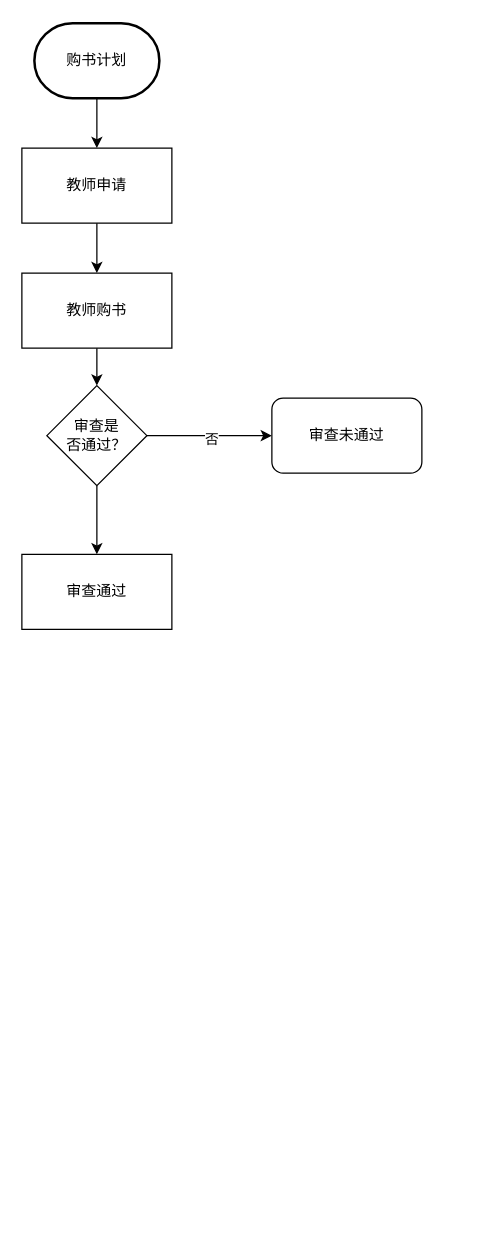
JP1222/HomeWorks keeps this draw.io diagram as 未命名绘图.drawio. Above is the earlier version. Source tidied: cells renumbered, new cells numbered last; positions are measured from the earlier drawing's top-left corner, leaving out a move shared by most shapes. Both pictures are drawn from the tidied source at 125%, with x=0, y=0 at pixel (21, 22).
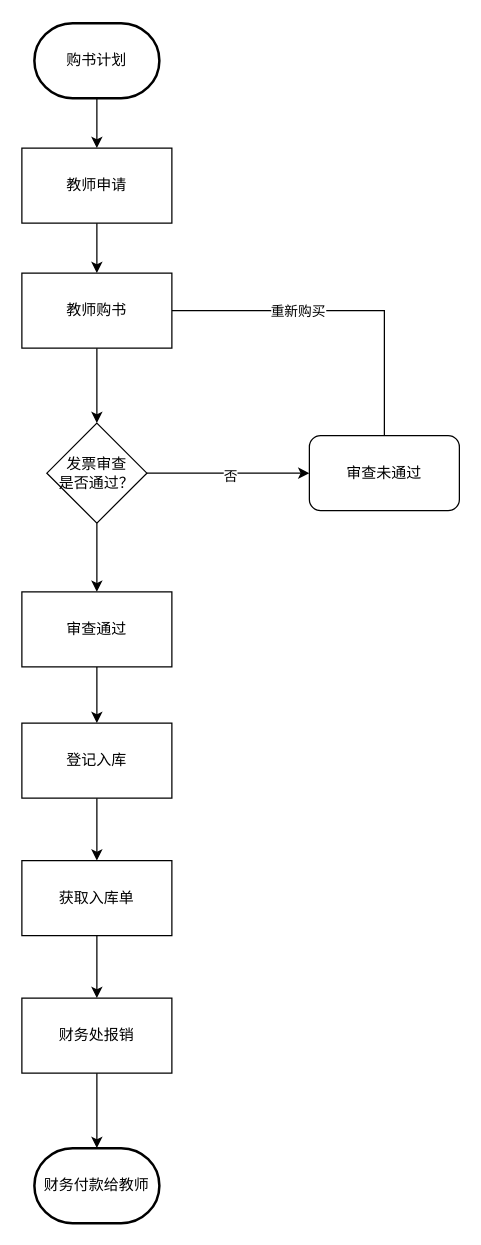
After the change.

Commit message:
更新未命名绘图.drawio

Unchanged cells that the change refers to:
```xml
<mxCell id="7" value="教师购书" style="rounded=0;whiteSpace=wrap;html=1;" parent="1" vertex="1">
  <mxGeometry y="200" width="120" height="60" as="geometry" />
</mxCell>
```

The edit, as a diff of the source:
```diff
@@
+    <mxCell id="14" style="edgeStyle=orthogonalEdgeStyle;rounded=0;jettySize=auto;html=1;endArrow=none;endFill=0;" parent="1" edge="1" source="7" target="12">
+      <mxGeometry relative="1" as="geometry" />
+    </mxCell>
+    <mxCell id="15" value="重新购买" style="edgeLabel;html=1;align=center;verticalAlign=middle;" parent="14" vertex="1">
+      <mxGeometry x="-0.11" y="-1" relative="1" as="geometry">
+        <mxPoint x="-20" y="-1" as="offset" />
+      </mxGeometry>
+    </mxCell>
@@
-    <mxCell id="11" value="&lt;div&gt;审查是&lt;/div&gt;&lt;div&gt;否通过？&lt;/div&gt;" style="rhombus;whiteSpace=wrap;html=1;" parent="1" vertex="1">
-      <mxGeometry x="20" y="290" width="80" height="80" as="geometry" />
+    <mxCell id="11" value="&lt;div&gt;发票审查&lt;/div&gt;&lt;div&gt;&lt;span style=&quot;background-color: initial;&quot;&gt;是&lt;/span&gt;&lt;span style=&quot;background-color: initial;&quot;&gt;否通过？&lt;/span&gt;&lt;/div&gt;" style="rhombus;whiteSpace=wrap;html=1;" parent="1" vertex="1">
+      <mxGeometry x="20" y="320" width="80" height="80" as="geometry" />
     </mxCell>
     <mxCell id="12" value="审查未通过" style="rounded=1;whiteSpace=wrap;html=1;" parent="1" vertex="1">
-      <mxGeometry x="200" y="300" width="120" height="60" as="geometry" />
+      <mxGeometry x="230" y="330" width="120" height="60" as="geometry" />
     </mxCell>
+    <mxCell id="16" style="edgeStyle=orthogonalEdgeStyle;rounded=0;jettySize=auto;html=1;" parent="1" edge="1" source="13" target="18">
+      <mxGeometry relative="1" as="geometry" />
+    </mxCell>
     <mxCell id="13" value="审查通过" style="rounded=0;whiteSpace=wrap;html=1;" parent="1" vertex="1">
-      <mxGeometry y="425" width="120" height="60" as="geometry" />
+      <mxGeometry y="455" width="120" height="60" as="geometry" />
     </mxCell>
+    <mxCell id="17" style="edgeStyle=orthogonalEdgeStyle;rounded=0;jettySize=auto;html=1;" parent="1" edge="1" source="18" target="20">
+      <mxGeometry relative="1" as="geometry" />
+    </mxCell>
+    <mxCell id="18" value="登记入库" style="rounded=0;whiteSpace=wrap;html=1;" parent="1" vertex="1">
+      <mxGeometry y="560" width="120" height="60" as="geometry" />
+    </mxCell>
+    <mxCell id="19" style="edgeStyle=orthogonalEdgeStyle;rounded=0;jettySize=auto;html=1;" parent="1" edge="1" source="20" target="22">
+      <mxGeometry relative="1" as="geometry" />
+    </mxCell>
+    <mxCell id="20" value="获取入库单" style="whiteSpace=wrap;html=1;rounded=0;" parent="1" vertex="1">
+      <mxGeometry y="670" width="120" height="60" as="geometry" />
+    </mxCell>
+    <mxCell id="21" style="edgeStyle=orthogonalEdgeStyle;rounded=0;jettySize=auto;html=1;" parent="1" edge="1" source="22">
+      <mxGeometry relative="1" as="geometry">
+        <mxPoint x="60" y="900" as="targetPoint" />
+      </mxGeometry>
+    </mxCell>
+    <mxCell id="22" value="财务处报销" style="whiteSpace=wrap;html=1;rounded=0;" parent="1" vertex="1">
+      <mxGeometry y="780" width="120" height="60" as="geometry" />
+    </mxCell>
+    <mxCell id="23" value="财务付款给教师" style="strokeWidth=2;html=1;shape=mxgraph.flowchart.terminator;whiteSpace=wrap;" parent="1" vertex="1">
+      <mxGeometry x="10" y="900" width="100" height="60" as="geometry" />
+    </mxCell>
```
